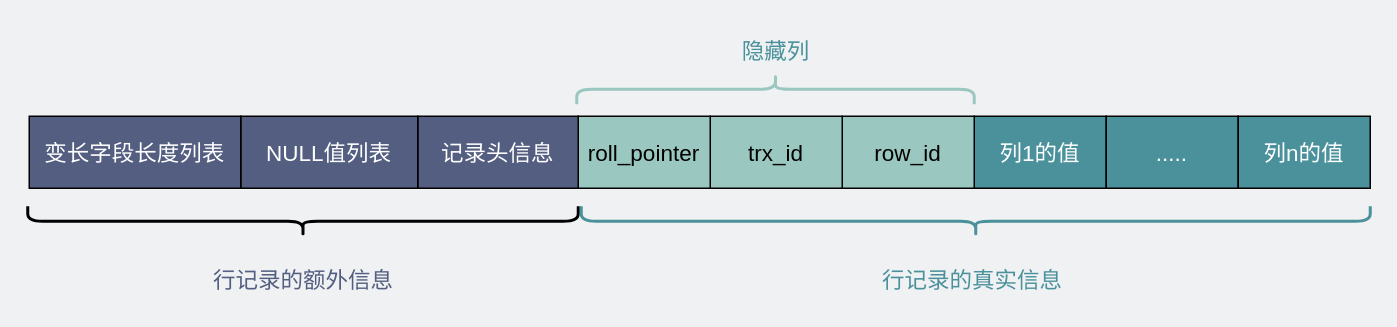
Above: network/Dynamic行记录格式.drawio in xiaobaiTech/image (draw.io), before the change. Source tidied: cells renumbered, new cells numbered last; positions are measured from the earlier drawing's top-left corner, leaving out a move shared by most shapes. Both pictures are drawn from the tidied source at 150%, with x=0, y=0 at pixel (28, -174).
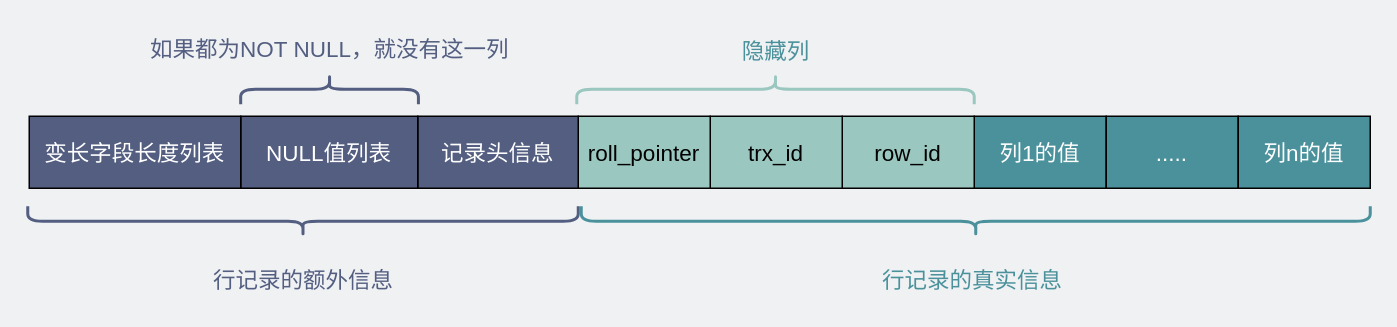
The same diagram, later.

Commit message:
Update Dynamic行记录格式.drawio

The edit, as a diff of the source:
```diff
@@
 <mxGraphModel background="#EFF1F3">
   <root>
     <mxCell id="0" />
     <mxCell id="1" parent="0" />
     <mxCell id="2" value="&lt;font style=&quot;font-size: 15px;&quot;&gt;列1的值&lt;/font&gt;" style="rounded=0;whiteSpace=wrap;html=1;fillColor=#4A919B;gradientColor=none;fontSize=15;fontColor=#FFFFFF;" parent="1" vertex="1">
       <mxGeometry x="630" y="193" width="88" height="48" as="geometry" />
     </mxCell>
     <mxCell id="3" value="row_id" style="rounded=0;whiteSpace=wrap;html=1;fillColor=#9AC7BF;gradientColor=none;fontSize=15;" parent="1" vertex="1">
       <mxGeometry x="542" y="193" width="88" height="48" as="geometry" />
     </mxCell>
     <mxCell id="4" value="trx_id" style="rounded=0;whiteSpace=wrap;html=1;fillColor=#9AC7BF;gradientColor=none;fontSize=15;" parent="1" vertex="1">
       <mxGeometry x="454" y="193" width="88" height="48" as="geometry" />
     </mxCell>
     <mxCell id="5" value="roll_pointer" style="rounded=0;whiteSpace=wrap;html=1;fillColor=#9AC7BF;gradientColor=none;fontSize=15;" parent="1" vertex="1">
       <mxGeometry x="366" y="193" width="88" height="48" as="geometry" />
     </mxCell>
     <mxCell id="6" value="....." style="rounded=0;whiteSpace=wrap;html=1;fillColor=#4A919B;gradientColor=none;fontSize=15;fontColor=#FFFFFF;" parent="1" vertex="1">
       <mxGeometry x="718" y="193" width="88" height="48" as="geometry" />
     </mxCell>
     <mxCell id="7" value="&lt;font style=&quot;font-size: 15px;&quot;&gt;列n的值&lt;/font&gt;" style="rounded=0;whiteSpace=wrap;html=1;fillColor=#4A919B;gradientColor=none;fontSize=15;fontColor=#FFFFFF;" parent="1" vertex="1">
       <mxGeometry x="806" y="193" width="88" height="48" as="geometry" />
     </mxCell>
     <mxCell id="8" value="记录头信息" style="rounded=0;whiteSpace=wrap;html=1;fillColor=#535E80;gradientColor=none;fontSize=15;fontColor=#FFFFFF;" parent="1" vertex="1">
       <mxGeometry x="259" y="193" width="107" height="48" as="geometry" />
     </mxCell>
     <mxCell id="9" value="NULL值列表" style="rounded=0;whiteSpace=wrap;html=1;fillColor=#535E80;gradientColor=none;fontSize=15;fontColor=#FFFFFF;" parent="1" vertex="1">
       <mxGeometry x="141" y="193" width="118" height="48" as="geometry" />
     </mxCell>
     <mxCell id="10" value="变长字段长度列表" style="rounded=0;whiteSpace=wrap;html=1;fillColor=#535E80;gradientColor=none;fontSize=15;fontColor=#FFFFFF;" parent="1" vertex="1">
       <mxGeometry y="193" width="141" height="48" as="geometry" />
     </mxCell>
-    <mxCell id="11" style="shape=curlyBracket;whiteSpace=wrap;html=1;rounded=1;fillColor=#535E80;rotation=-90;strokeWidth=2;" parent="1" vertex="1">
+    <mxCell id="11" style="shape=curlyBracket;whiteSpace=wrap;html=1;rounded=1;fillColor=#535E80;rotation=-90;strokeWidth=2;strokeColor=#535E80;" parent="1" vertex="1">
       <mxGeometry x="172.5" y="79.5" width="20" height="367" as="geometry" />
     </mxCell>
     <mxCell id="12" value="&lt;font color=&quot;#535e80&quot; style=&quot;font-size: 15px&quot;&gt;行记录的额外信息&lt;/font&gt;" style="text;html=1;strokeColor=none;fillColor=none;align=center;verticalAlign=middle;whiteSpace=wrap;rounded=0;" parent="1" vertex="1">
       <mxGeometry x="120.5" y="287" width="124" height="30" as="geometry" />
     </mxCell>
     <mxCell id="13" style="shape=curlyBracket;whiteSpace=wrap;html=1;rounded=1;fillColor=#9AC7BF;rotation=-90;strokeWidth=2;strokeColor=#4A919B;" parent="1" vertex="1">
       <mxGeometry x="621" width="20" height="526" as="geometry" />
     </mxCell>
     <mxCell id="14" value="&lt;font color=&quot;#4a919b&quot; style=&quot;font-size: 15px&quot;&gt;行记录的真实信息&lt;/font&gt;" style="text;html=1;strokeColor=none;fillColor=none;align=center;verticalAlign=middle;whiteSpace=wrap;rounded=0;" parent="1" vertex="1">
       <mxGeometry x="567" y="287" width="124" height="30" as="geometry" />
     </mxCell>
     <mxCell id="15" style="shape=curlyBracket;whiteSpace=wrap;html=1;rounded=1;flipH=1;fillColor=#9AC7BF;rotation=-90;strokeWidth=2;fontColor=#4A919B;strokeColor=#9AC7BF;" parent="1" vertex="1">
       <mxGeometry x="487.5" y="42.5" width="20" height="265" as="geometry" />
     </mxCell>
     <mxCell id="16" value="&lt;font style=&quot;font-size: 15px&quot;&gt;隐藏列&lt;/font&gt;" style="text;html=1;strokeColor=none;fillColor=none;align=center;verticalAlign=middle;whiteSpace=wrap;rounded=0;fontColor=#4A919B;" parent="1" vertex="1">
       <mxGeometry x="436" y="134" width="124" height="30" as="geometry" />
     </mxCell>
+    <mxCell id="17" style="shape=curlyBracket;whiteSpace=wrap;html=1;rounded=1;flipH=1;fillColor=#9AC7BF;rotation=-90;strokeWidth=2;fontColor=#4A919B;strokeColor=#535E80;" parent="1" vertex="1">
+      <mxGeometry x="190.2" y="115.8" width="20" height="118.5" as="geometry" />
+    </mxCell>
+    <mxCell id="18" value="&lt;font color=&quot;#535e80&quot; style=&quot;font-size: 15px&quot;&gt;如果都为NOT NULL，就没有这一列&lt;/font&gt;" style="text;html=1;strokeColor=none;fillColor=none;align=center;verticalAlign=middle;whiteSpace=wrap;rounded=0;fontColor=#4A919B;" parent="1" vertex="1">
+      <mxGeometry x="75.9" y="133" width="248.8" height="30" as="geometry" />
+    </mxCell>
   </root>
 </mxGraphModel>
```
